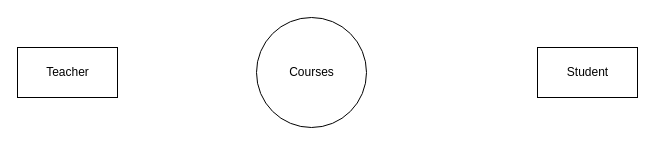
This is Untitled Diagram.drawio from Amruta789/Online-Educational-Resources-Recommender, a draw.io file, before an edit. Source tidied: cells renumbered, new cells numbered last; positions are measured from the earlier drawing's top-left corner, leaving out a move shared by most shapes. Both pictures are drawn from the tidied source at 100%, with x=0, y=0 at pixel (17, 17).
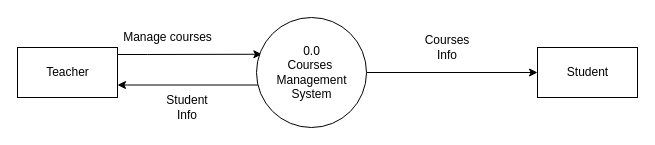
Above is the later version.

Diff of the diagram source:
```diff
@@
 <mxGraphModel>
   <root>
     <mxCell id="0" />
     <mxCell id="1" parent="0" />
+    <mxCell id="5" style="edgeStyle=orthogonalEdgeStyle;rounded=0;jettySize=auto;html=1;entryX=0.049;entryY=0.334;entryDx=0;entryDy=0;entryPerimeter=0;" parent="1" edge="1" source="2" target="4">
+      <mxGeometry relative="1" as="geometry">
+        <Array as="points">
+          <mxPoint x="130" y="37" />
+          <mxPoint x="130" y="37" />
+        </Array>
+      </mxGeometry>
+    </mxCell>
     <mxCell id="2" value="Teacher" style="html=1;dashed=0;whitespace=wrap;" parent="1" vertex="1">
       <mxGeometry y="30" width="100" height="50" as="geometry" />
     </mxCell>
     <mxCell id="3" value="Student" style="html=1;dashed=0;whitespace=wrap;" parent="1" vertex="1">
       <mxGeometry x="520" y="30" width="100" height="50" as="geometry" />
     </mxCell>
+    <mxCell id="6" style="edgeStyle=orthogonalEdgeStyle;rounded=0;jettySize=auto;html=1;entryX=1;entryY=0.75;entryDx=0;entryDy=0;" parent="1" edge="1" source="4" target="2">
+      <mxGeometry relative="1" as="geometry">
+        <Array as="points">
+          <mxPoint x="110" y="68" />
+        </Array>
+      </mxGeometry>
+    </mxCell>
+    <mxCell id="7" style="edgeStyle=orthogonalEdgeStyle;rounded=0;jettySize=auto;html=1;exitX=1;exitY=0.5;exitDx=0;exitDy=0;entryX=0;entryY=0.5;entryDx=0;entryDy=0;" parent="1" edge="1" source="4" target="3">
+      <mxGeometry relative="1" as="geometry" />
+    </mxCell>
-    <mxCell id="4" value="Courses" style="shape=ellipse;html=1;dashed=0;whitespace=wrap;perimeter=ellipsePerimeter;" parent="1" vertex="1">
+    <mxCell id="4" value="0.0&lt;br&gt;Courses&amp;nbsp;&lt;br&gt;Management&lt;br&gt;System" style="shape=ellipse;html=1;dashed=0;whitespace=wrap;perimeter=ellipsePerimeter;" parent="1" vertex="1">
       <mxGeometry x="239" width="110" height="110" as="geometry" />
     </mxCell>
+    <mxCell id="8" value="Manage courses" style="text;html=1;align=center;verticalAlign=middle;strokeColor=none;" parent="1" vertex="1">
+      <mxGeometry x="100" y="10" width="100" height="20" as="geometry" />
+    </mxCell>
+    <mxCell id="9" value="Student Info&lt;br&gt;" style="text;html=1;strokeColor=none;fillColor=none;align=center;verticalAlign=middle;whiteSpace=wrap;rounded=0;" parent="1" vertex="1">
+      <mxGeometry x="150" y="80" width="40" height="20" as="geometry" />
+    </mxCell>
+    <mxCell id="10" value="Courses Info&lt;br&gt;" style="text;html=1;strokeColor=none;fillColor=none;align=center;verticalAlign=middle;whiteSpace=wrap;rounded=0;" parent="1" vertex="1">
+      <mxGeometry x="410" y="20" width="40" height="20" as="geometry" />
+    </mxCell>
   </root>
 </mxGraphModel>
```
